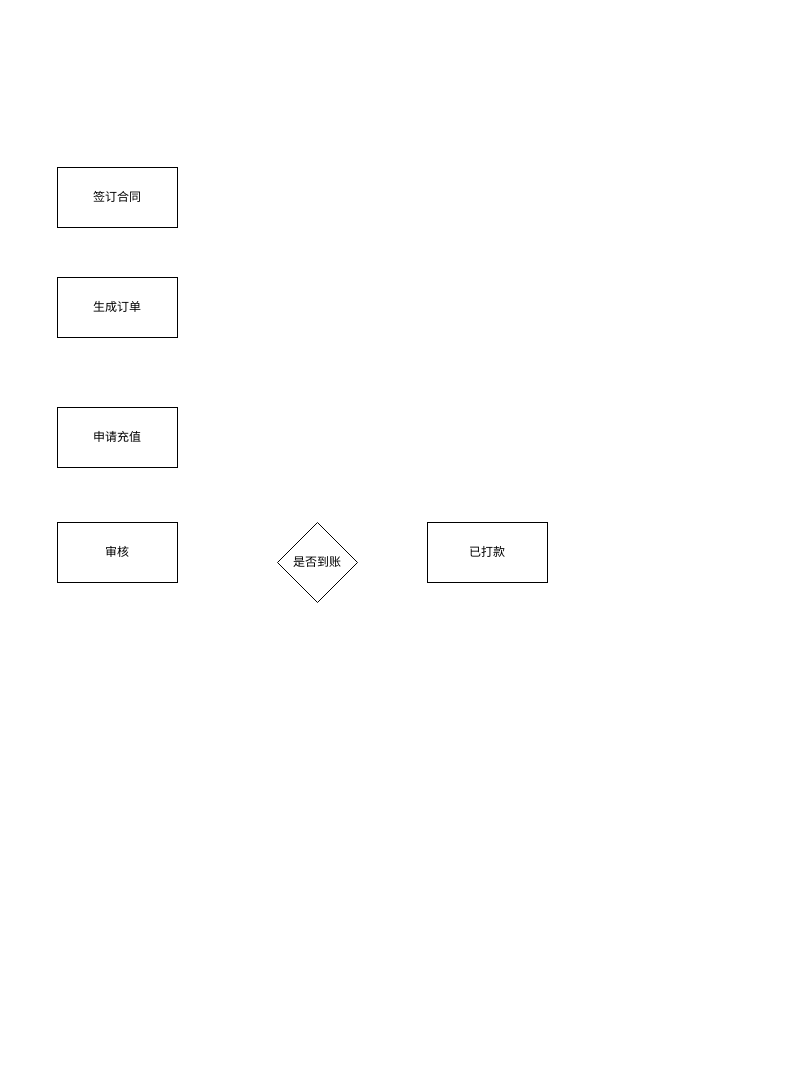
Earlier version of the draw.io diagram shrine-doc/阿里云账号充值流程.drawio (easefulfil/CLOUDCARE). Source tidied: cells renumbered, new cells numbered last; positions are measured from the earlier drawing's top-left corner, leaving out a move shared by most shapes. Both pictures are drawn from the tidied source at 100%, with x=0, y=0 at pixel (57, 167).
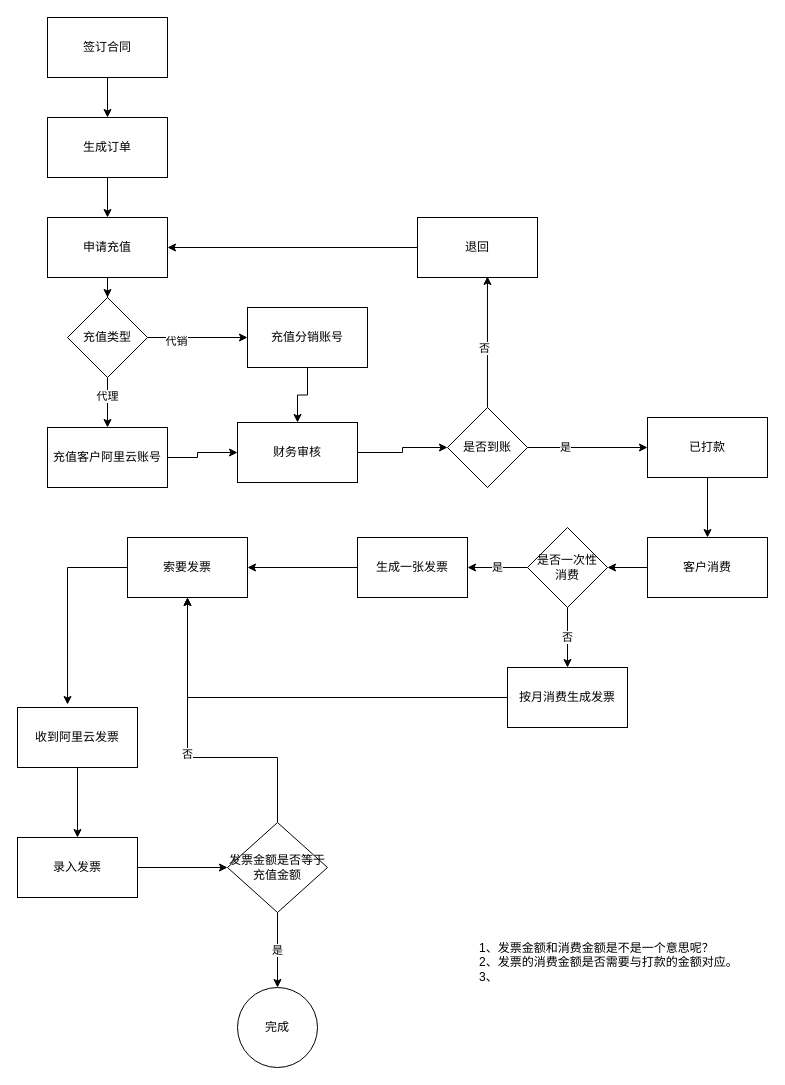
The same page after the edit.

Commit message:
Update 阿里云账号充值流程.drawio

Change to the diagram source:
```diff
@@
+    <mxCell id="8" style="edgeStyle=orthogonalEdgeStyle;rounded=0;jettySize=auto;html=1;exitX=0.5;exitY=1;exitDx=0;exitDy=0;entryX=0.5;entryY=0;entryDx=0;entryDy=0;" parent="1" edge="1" source="2" target="3">
+      <mxGeometry relative="1" as="geometry" />
+    </mxCell>
     <mxCell id="2" value="签订合同" style="rounded=0;whiteSpace=wrap;html=1;" parent="1" vertex="1">
-      <mxGeometry width="120" height="60" as="geometry" />
+      <mxGeometry x="-10" y="-150" width="120" height="60" as="geometry" />
     </mxCell>
+    <mxCell id="9" style="edgeStyle=orthogonalEdgeStyle;rounded=0;jettySize=auto;html=1;exitX=0.5;exitY=1;exitDx=0;exitDy=0;entryX=0.5;entryY=0;entryDx=0;entryDy=0;" parent="1" edge="1" source="3" target="4">
+      <mxGeometry relative="1" as="geometry" />
+    </mxCell>
     <mxCell id="3" value="生成订单" style="rounded=0;whiteSpace=wrap;html=1;" parent="1" vertex="1">
-      <mxGeometry y="110" width="120" height="60" as="geometry" />
+      <mxGeometry x="-10" y="-50" width="120" height="60" as="geometry" />
     </mxCell>
+    <mxCell id="10" style="edgeStyle=orthogonalEdgeStyle;rounded=0;jettySize=auto;html=1;" parent="1" edge="1" source="4" target="25">
+      <mxGeometry relative="1" as="geometry" />
+    </mxCell>
     <mxCell id="4" value="申请充值" style="rounded=0;whiteSpace=wrap;html=1;" parent="1" vertex="1">
-      <mxGeometry y="240" width="120" height="60" as="geometry" />
+      <mxGeometry x="-10" y="50" width="120" height="60" as="geometry" />
     </mxCell>
+    <mxCell id="11" style="edgeStyle=orthogonalEdgeStyle;rounded=0;jettySize=auto;html=1;exitX=0.5;exitY=1;exitDx=0;exitDy=0;entryX=0;entryY=0.5;entryDx=0;entryDy=0;" parent="1" edge="1" source="5" target="6">
+      <mxGeometry relative="1" as="geometry">
+        <Array as="points">
+          <mxPoint x="240" y="285" />
+          <mxPoint x="345" y="285" />
+          <mxPoint x="345" y="280" />
+        </Array>
+      </mxGeometry>
+    </mxCell>
-    <mxCell id="5" value="审核" style="rounded=0;whiteSpace=wrap;html=1;" parent="1" vertex="1">
-      <mxGeometry y="355" width="120" height="60" as="geometry" />
+    <mxCell id="5" value="财务审核" style="rounded=0;whiteSpace=wrap;html=1;" parent="1" vertex="1">
+      <mxGeometry x="180" y="255" width="120" height="60" as="geometry" />
     </mxCell>
+    <mxCell id="12" style="edgeStyle=orthogonalEdgeStyle;rounded=0;jettySize=auto;html=1;exitX=1;exitY=0.5;exitDx=0;exitDy=0;entryX=0;entryY=0.5;entryDx=0;entryDy=0;" parent="1" edge="1" source="6" target="7">
+      <mxGeometry relative="1" as="geometry" />
+    </mxCell>
+    <mxCell id="13" value="是" style="edgeLabel;html=1;align=center;verticalAlign=middle;" parent="12" vertex="1">
+      <mxGeometry x="-0.39" y="1" relative="1" as="geometry" />
+    </mxCell>
+    <mxCell id="14" style="edgeStyle=orthogonalEdgeStyle;rounded=0;jettySize=auto;html=1;entryX=0.583;entryY=0.983;entryDx=0;entryDy=0;entryPerimeter=0;" parent="1" edge="1" source="6" target="18">
+      <mxGeometry relative="1" as="geometry" />
+    </mxCell>
+    <mxCell id="15" value="否" style="edgeLabel;html=1;align=center;verticalAlign=middle;" parent="14" vertex="1">
+      <mxGeometry x="-0.08" y="3" relative="1" as="geometry" />
+    </mxCell>
     <mxCell id="6" value="是否到账" style="rhombus;whiteSpace=wrap;html=1;" parent="1" vertex="1">
-      <mxGeometry x="220" y="355" width="80" height="80" as="geometry" />
+      <mxGeometry x="390" y="240" width="80" height="80" as="geometry" />
     </mxCell>
+    <mxCell id="16" style="edgeStyle=orthogonalEdgeStyle;rounded=0;jettySize=auto;html=1;" parent="1" edge="1" source="7" target="29">
+      <mxGeometry relative="1" as="geometry" />
+    </mxCell>
     <mxCell id="7" value="已打款" style="rounded=0;whiteSpace=wrap;html=1;" parent="1" vertex="1">
-      <mxGeometry x="370" y="355" width="120" height="60" as="geometry" />
+      <mxGeometry x="590" y="250" width="120" height="60" as="geometry" />
     </mxCell>
+    <mxCell id="17" style="edgeStyle=orthogonalEdgeStyle;rounded=0;jettySize=auto;html=1;exitX=0;exitY=0.5;exitDx=0;exitDy=0;entryX=1;entryY=0.5;entryDx=0;entryDy=0;" parent="1" edge="1" source="18" target="4">
+      <mxGeometry relative="1" as="geometry" />
+    </mxCell>
+    <mxCell id="18" value="退回" style="rounded=0;whiteSpace=wrap;html=1;" parent="1" vertex="1">
+      <mxGeometry x="360" y="50" width="120" height="60" as="geometry" />
+    </mxCell>
+    <mxCell id="19" style="edgeStyle=orthogonalEdgeStyle;rounded=0;jettySize=auto;html=1;entryX=0.5;entryY=0;entryDx=0;entryDy=0;" parent="1" edge="1" source="20" target="5">
+      <mxGeometry relative="1" as="geometry" />
+    </mxCell>
+    <mxCell id="20" value="充值分销账号" style="rounded=0;whiteSpace=wrap;html=1;" parent="1" vertex="1">
+      <mxGeometry x="190" y="140" width="120" height="60" as="geometry" />
+    </mxCell>
+    <mxCell id="21" style="edgeStyle=orthogonalEdgeStyle;rounded=0;jettySize=auto;html=1;exitX=1;exitY=0.5;exitDx=0;exitDy=0;entryX=0;entryY=0.5;entryDx=0;entryDy=0;" parent="1" edge="1" source="25" target="20">
+      <mxGeometry relative="1" as="geometry" />
+    </mxCell>
+    <mxCell id="22" value="代销" style="edgeLabel;html=1;align=center;verticalAlign=middle;" parent="21" vertex="1">
+      <mxGeometry x="-0.44" y="-3" relative="1" as="geometry" />
+    </mxCell>
+    <mxCell id="23" style="edgeStyle=orthogonalEdgeStyle;rounded=0;jettySize=auto;html=1;exitX=0.5;exitY=1;exitDx=0;exitDy=0;entryX=0.5;entryY=0;entryDx=0;entryDy=0;" parent="1" edge="1" source="25" target="27">
+      <mxGeometry relative="1" as="geometry" />
+    </mxCell>
+    <mxCell id="24" value="代理" style="edgeLabel;html=1;align=center;verticalAlign=middle;" parent="23" vertex="1">
+      <mxGeometry x="-0.29" y="-1" relative="1" as="geometry" />
+    </mxCell>
+    <mxCell id="25" value="充值类型" style="rhombus;whiteSpace=wrap;html=1;" parent="1" vertex="1">
+      <mxGeometry x="10" y="130" width="80" height="80" as="geometry" />
+    </mxCell>
+    <mxCell id="26" style="edgeStyle=orthogonalEdgeStyle;rounded=0;jettySize=auto;html=1;exitX=1;exitY=0.5;exitDx=0;exitDy=0;entryX=0;entryY=0.5;entryDx=0;entryDy=0;" parent="1" edge="1" source="27" target="5">
+      <mxGeometry relative="1" as="geometry">
+        <Array as="points">
+          <mxPoint x="140" y="290" />
+          <mxPoint x="140" y="285" />
+        </Array>
+      </mxGeometry>
+    </mxCell>
+    <mxCell id="27" value="充值客户阿里云账号" style="rounded=0;whiteSpace=wrap;html=1;" parent="1" vertex="1">
+      <mxGeometry x="-10" y="260" width="120" height="60" as="geometry" />
+    </mxCell>
+    <mxCell id="28" style="edgeStyle=orthogonalEdgeStyle;rounded=0;jettySize=auto;html=1;" parent="1" edge="1" source="29" target="32">
+      <mxGeometry relative="1" as="geometry" />
+    </mxCell>
+    <mxCell id="29" value="客户消费" style="rounded=0;whiteSpace=wrap;html=1;" parent="1" vertex="1">
+      <mxGeometry x="590" y="370" width="120" height="60" as="geometry" />
+    </mxCell>
+    <mxCell id="30" value="是" style="edgeStyle=orthogonalEdgeStyle;rounded=0;jettySize=auto;html=1;" parent="1" edge="1" source="32" target="34">
+      <mxGeometry relative="1" as="geometry" />
+    </mxCell>
+    <mxCell id="31" value="否" style="edgeStyle=orthogonalEdgeStyle;rounded=0;jettySize=auto;html=1;" parent="1" edge="1" source="32" target="36">
+      <mxGeometry relative="1" as="geometry" />
+    </mxCell>
+    <mxCell id="32" value="是否一次性&lt;br&gt;消费" style="rhombus;whiteSpace=wrap;html=1;" parent="1" vertex="1">
+      <mxGeometry x="470" y="360" width="80" height="80" as="geometry" />
+    </mxCell>
+    <mxCell id="33" style="edgeStyle=orthogonalEdgeStyle;rounded=0;jettySize=auto;html=1;" parent="1" edge="1" source="34" target="38">
+      <mxGeometry relative="1" as="geometry" />
+    </mxCell>
+    <mxCell id="34" value="生成一张发票" style="rounded=0;whiteSpace=wrap;html=1;" parent="1" vertex="1">
+      <mxGeometry x="300" y="370" width="110" height="60" as="geometry" />
+    </mxCell>
+    <mxCell id="35" style="edgeStyle=orthogonalEdgeStyle;rounded=0;jettySize=auto;html=1;entryX=0.5;entryY=1;entryDx=0;entryDy=0;" parent="1" edge="1" source="36" target="38">
+      <mxGeometry relative="1" as="geometry" />
+    </mxCell>
+    <mxCell id="36" value="按月消费生成发票" style="rounded=0;whiteSpace=wrap;html=1;" parent="1" vertex="1">
+      <mxGeometry x="450" y="500" width="120" height="60" as="geometry" />
+    </mxCell>
+    <mxCell id="37" style="edgeStyle=orthogonalEdgeStyle;rounded=0;jettySize=auto;html=1;entryX=0.417;entryY=-0.05;entryDx=0;entryDy=0;entryPerimeter=0;exitX=0;exitY=0.5;exitDx=0;exitDy=0;" parent="1" edge="1" source="38" target="40">
+      <mxGeometry relative="1" as="geometry" />
+    </mxCell>
+    <mxCell id="38" value="索要发票" style="rounded=0;whiteSpace=wrap;html=1;" parent="1" vertex="1">
+      <mxGeometry x="70" y="370" width="120" height="60" as="geometry" />
+    </mxCell>
+    <mxCell id="39" style="edgeStyle=orthogonalEdgeStyle;rounded=0;jettySize=auto;html=1;" parent="1" edge="1" source="40" target="42">
+      <mxGeometry relative="1" as="geometry" />
+    </mxCell>
+    <mxCell id="40" value="收到阿里云发票" style="rounded=0;whiteSpace=wrap;html=1;" parent="1" vertex="1">
+      <mxGeometry x="-40" y="540" width="120" height="60" as="geometry" />
+    </mxCell>
+    <mxCell id="41" style="edgeStyle=orthogonalEdgeStyle;rounded=0;jettySize=auto;html=1;" parent="1" edge="1" source="42" target="46">
+      <mxGeometry relative="1" as="geometry" />
+    </mxCell>
+    <mxCell id="42" value="录入发票" style="rounded=0;whiteSpace=wrap;html=1;" parent="1" vertex="1">
+      <mxGeometry x="-40" y="670" width="120" height="60" as="geometry" />
+    </mxCell>
+    <mxCell id="43" value="1、发票金额和消费金额是不是一个意思呢？&lt;br&gt;2、发票的消费金额是否需要与打款的金额对应。&lt;br&gt;&lt;div&gt;&lt;span&gt;3、&lt;/span&gt;&lt;/div&gt;" style="text;html=1;strokeColor=none;fillColor=none;align=left;verticalAlign=middle;whiteSpace=wrap;rounded=0;" parent="1" vertex="1">
+      <mxGeometry x="420" y="740" width="280" height="110" as="geometry" />
+    </mxCell>
+    <mxCell id="44" value="是" style="edgeStyle=orthogonalEdgeStyle;rounded=0;jettySize=auto;html=1;" parent="1" edge="1" source="46" target="47">
+      <mxGeometry relative="1" as="geometry" />
+    </mxCell>
+    <mxCell id="45" value="否" style="edgeStyle=orthogonalEdgeStyle;rounded=0;jettySize=auto;html=1;entryX=0.5;entryY=1;entryDx=0;entryDy=0;" parent="1" edge="1" source="46" target="38">
+      <mxGeometry relative="1" as="geometry">
+        <Array as="points">
+          <mxPoint x="220" y="590" />
+          <mxPoint x="130" y="590" />
+        </Array>
+      </mxGeometry>
+    </mxCell>
+    <mxCell id="46" value="发票金额是否等于充值金额" style="rhombus;whiteSpace=wrap;html=1;" parent="1" vertex="1">
+      <mxGeometry x="170" y="655" width="100" height="90" as="geometry" />
+    </mxCell>
+    <mxCell id="47" value="完成" style="ellipse;whiteSpace=wrap;html=1;" parent="1" vertex="1">
+      <mxGeometry x="180" y="820" width="80" height="80" as="geometry" />
+    </mxCell>
```
